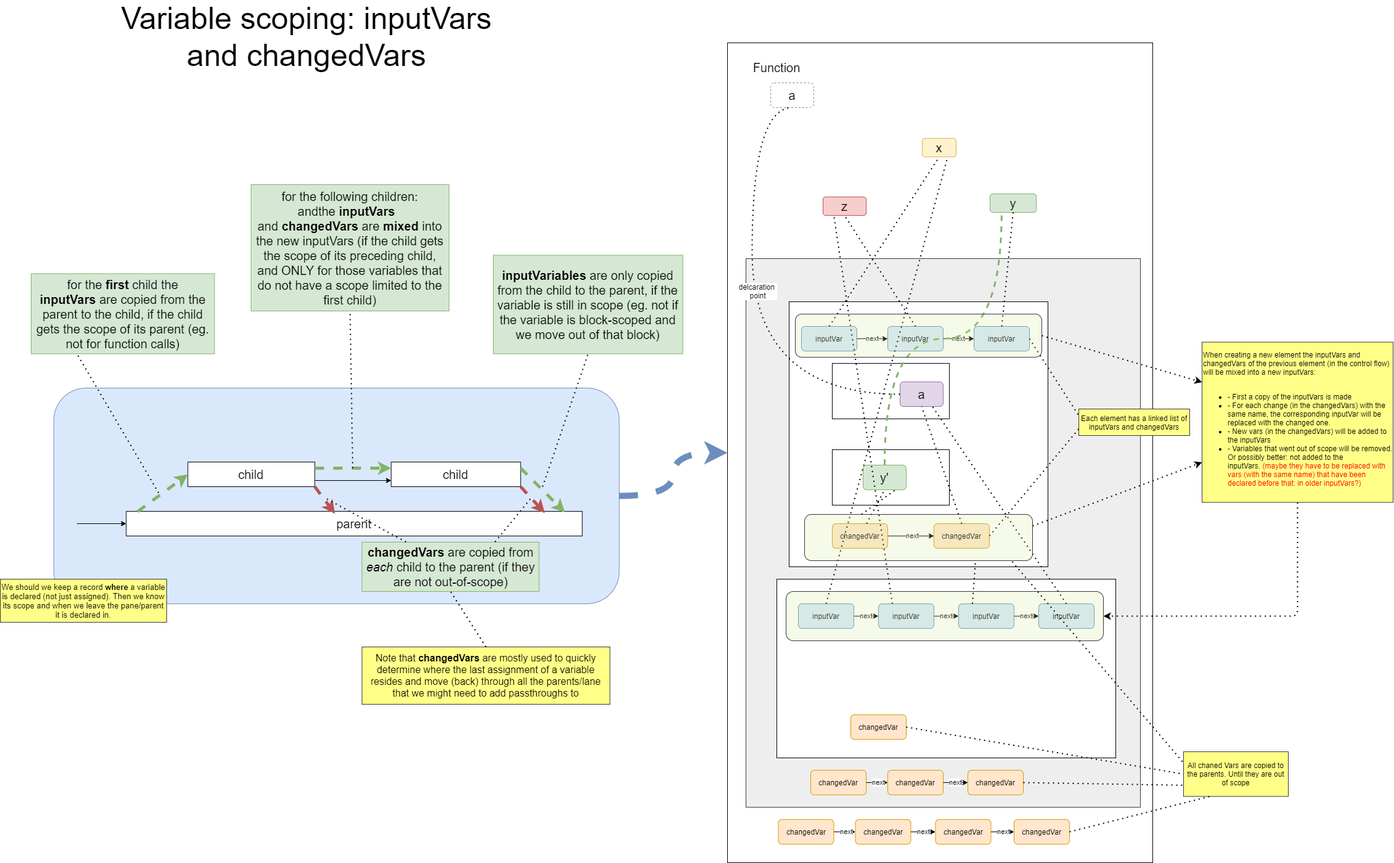
Earlier version of the draw.io export web/img/flowify_algoritm_and_data_structures-Variable Scoping.png (visual-trials/flowify). Source tidied: cells renumbered, new cells last; positions are measured from the earlier drawing's top-left corner, leaving out a move shared by most shapes.
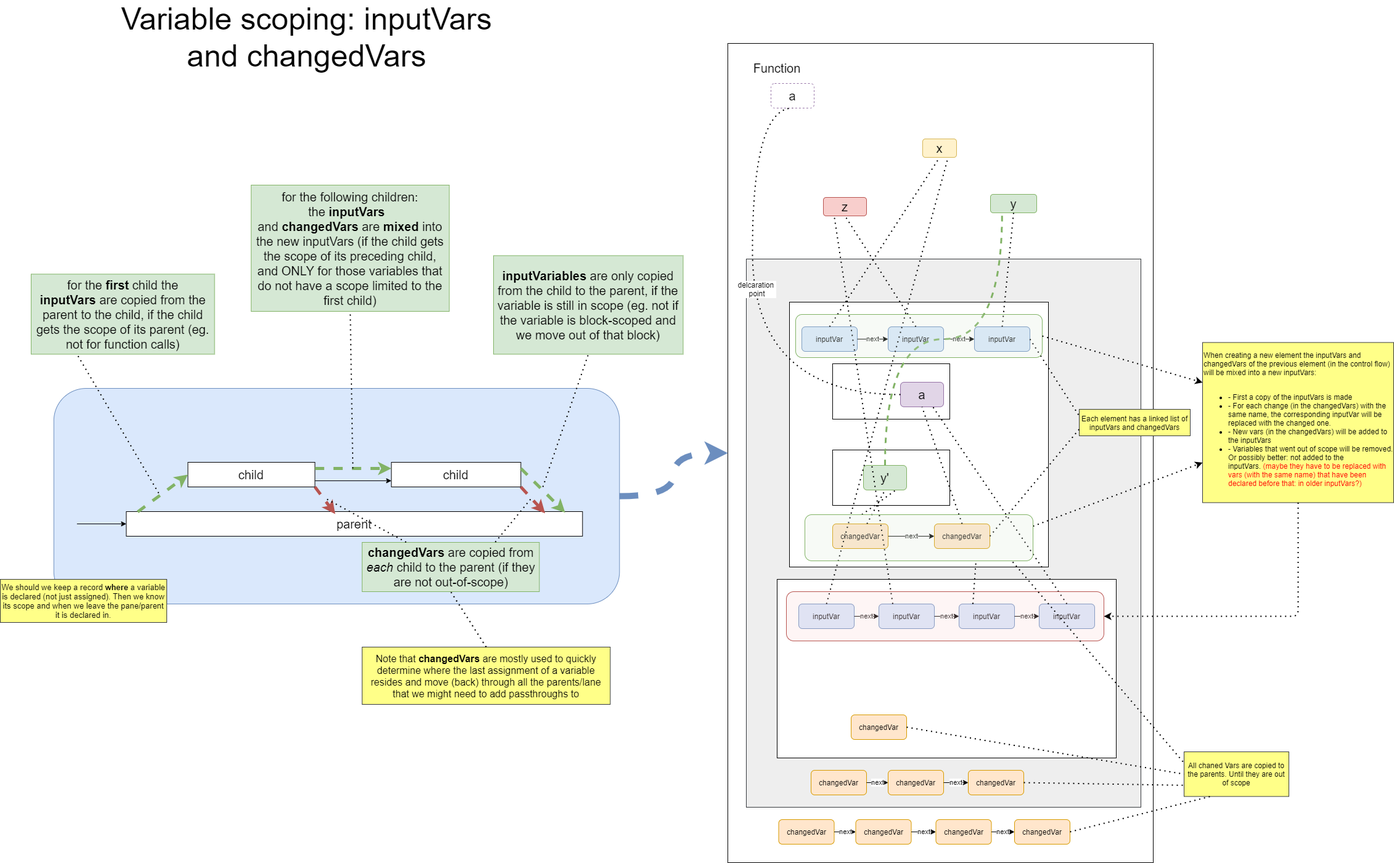
After the change.

Change to the diagram source:
```diff
@@ -202,7 +202,7 @@
     <mxCell id="64" value="When creating a new element the inputVars and changedVars of the previous element (in the control flow) will be mixed into a new inputVars:&lt;br&gt;&lt;br&gt;&lt;ul&gt;&lt;li&gt;- First a copy of the inputVars is made&amp;nbsp;&lt;/li&gt;&lt;li&gt;- For each change (in the changedVars) with the same name, the corresponding inputVar will be replaced with the changed one.&amp;nbsp;&lt;/li&gt;&lt;li&gt;- New vars (in the changedVars) will be added to the inputVars&amp;nbsp;&lt;/li&gt;&lt;li&gt;- Variables that went out of scope will be removed. Or possibly better: not added to the inputVars.&amp;nbsp;&lt;font color=&quot;#ff0000&quot;&gt;(maybe they have to be replaced with vars (with the same name) that have been declared before that: in older inputVars?)&lt;/font&gt;&lt;/li&gt;&lt;/ul&gt;" style="rounded=0;whiteSpace=wrap;html=1;fillColor=#ffff88;fontSize=12;align=left;strokeColor=#36393d;" parent="1" vertex="1">
       <mxGeometry x="1950" y="505.5" width="310" height="260" as="geometry" />
     </mxCell>
-    <mxCell id="65" style="rounded=1;whiteSpace=wrap;html=1;fontSize=12;align=center;fillColor=#cdeb8b;strokeColor=#36393d;fillOpacity=20;" parent="1" vertex="1">
+    <mxCell id="65" style="rounded=1;whiteSpace=wrap;html=1;fontSize=12;align=center;fillColor=#d5e8d4;strokeColor=#82b366;fillOpacity=20;" parent="1" vertex="1">
       <mxGeometry x="1290" y="460" width="400" height="70" as="geometry" />
     </mxCell>
     <mxCell id="66" style="endArrow=classic;dashed=1;html=1;dashPattern=1 3;strokeWidth=2;fontSize=12;entryX=0;entryY=0.75;entryDx=0;entryDy=0;exitX=1;exitY=0.25;exitDx=0;exitDy=0;endFill=1;" parent="1" edge="1" source="82" target="64">
@@ -211,7 +211,7 @@
     <mxCell id="67" style="endArrow=classic;dashed=1;html=1;dashPattern=1 3;strokeWidth=2;fontSize=12;entryX=0;entryY=0.25;entryDx=0;entryDy=0;exitX=1;exitY=0.5;exitDx=0;exitDy=0;endFill=1;" parent="1" edge="1" source="65" target="64">
       <mxGeometry relative="1" as="geometry" />
     </mxCell>
-    <mxCell id="68" style="rounded=1;whiteSpace=wrap;html=1;fontSize=12;align=center;fillColor=#cdeb8b;strokeColor=#36393d;fillOpacity=20;" parent="1" vertex="1">
+    <mxCell id="68" style="rounded=1;whiteSpace=wrap;html=1;fontSize=12;align=center;fillColor=#f8cecc;strokeColor=#b85450;fillOpacity=20;" parent="1" vertex="1">
       <mxGeometry x="1275" y="910" width="515" height="80" as="geometry" />
     </mxCell>
     <mxCell id="69" style="endArrow=classic;dashed=1;html=1;dashPattern=1 3;strokeWidth=2;fontSize=12;entryX=1;entryY=0.5;entryDx=0;entryDy=0;exitX=0.5;exitY=1;exitDx=0;exitDy=0;endFill=1;edgeStyle=orthogonalEdgeStyle;" parent="1" edge="1" source="64" target="68">
@@ -223,7 +223,7 @@
     <mxCell id="71" value="We should we keep a record &lt;b&gt;where&lt;/b&gt; a variable is declared (not just assigned). Then we know its scope and when we leave the pane/parent it is declared in." style="rounded=0;whiteSpace=wrap;html=1;fillColor=#ffff88;strokeColor=#36393d;fontSize=13;" parent="1" vertex="1">
       <mxGeometry y="890" width="270" height="70" as="geometry" />
     </mxCell>
-    <mxCell id="72" value="for the following children: andthe&amp;nbsp;&lt;b&gt;inputVars&lt;/b&gt;&amp;nbsp;&amp;nbsp;&lt;br&gt;and &lt;b&gt;changedVars&lt;/b&gt;&amp;nbsp;are &lt;b&gt;mixed&lt;/b&gt; into the new inputVars (if the child gets the scope of its preceding child, and ONLY for those variables that do not have a scope limited to the first child)" style="rounded=0;whiteSpace=wrap;html=1;fontSize=20;fillColor=#d5e8d4;strokeColor=#82b366;" parent="1" vertex="1">
+    <mxCell id="72" value="for the following children: the&amp;nbsp;&lt;b&gt;inputVars&lt;/b&gt;&amp;nbsp;&amp;nbsp;&lt;br&gt;and &lt;b&gt;changedVars&lt;/b&gt;&amp;nbsp;are &lt;b&gt;mixed&lt;/b&gt; into the new inputVars (if the child gets the scope of its preceding child, and ONLY for those variables that do not have a scope limited to the first child)" style="rounded=0;whiteSpace=wrap;html=1;fontSize=20;fillColor=#d5e8d4;strokeColor=#82b366;" parent="1" vertex="1">
       <mxGeometry x="406.8" y="250" width="321.4" height="205" as="geometry" />
     </mxCell>
     <mxCell id="73" value="changedVar" style="rounded=1;whiteSpace=wrap;html=1;align=center;fillColor=#ffe6cc;strokeColor=#d79b00;" parent="1" vertex="1">
@@ -253,7 +253,7 @@
     <mxCell id="81" value="next" style="endArrow=classic;html=1;exitX=1;exitY=0.5;exitDx=0;exitDy=0;entryX=0;entryY=0.5;entryDx=0;entryDy=0;" parent="1" edge="1" source="73" target="74">
       <mxGeometry relative="1" as="geometry" />
     </mxCell>
-    <mxCell id="82" style="rounded=1;whiteSpace=wrap;html=1;fontSize=12;align=center;fillColor=#cdeb8b;strokeColor=#36393d;fillOpacity=20;" parent="1" vertex="1">
+    <mxCell id="82" style="rounded=1;whiteSpace=wrap;html=1;fontSize=12;align=center;fillColor=#d5e8d4;strokeColor=#82b366;fillOpacity=20;" parent="1" vertex="1">
       <mxGeometry x="1305" y="785" width="370" height="75" as="geometry" />
     </mxCell>
     <mxCell id="83" style="endArrow=none;dashed=1;html=1;dashPattern=1 3;strokeWidth=2;fontSize=12;exitX=0.25;exitY=0;exitDx=0;exitDy=0;entryX=0.75;entryY=1;entryDx=0;entryDy=0;" parent="1" edge="1" source="54" target="82">
```
